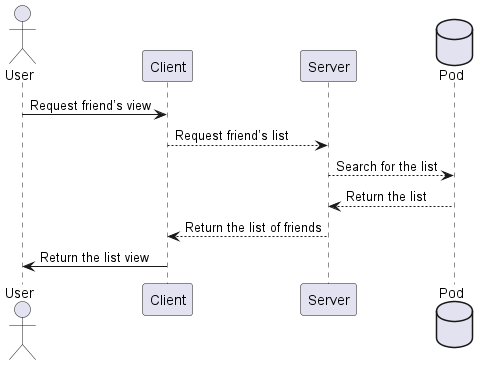
Earlier version of the PlantUML export images/Sequence diagram - Nearby friends.png (Arquisoft/lomap_es3a). The source it was exported from:
```plantuml
@startuml

actor User
participant Client
participant Server
database Pod as "Pod"
User -> Client: Request friend’s view
Client --> Server: Request friend’s list
Server --> Pod: Search for the list
Server <-- Pod: Return the list
Client <-- Server: Return the list of friends
User <- Client: Return the list view

@enduml
```
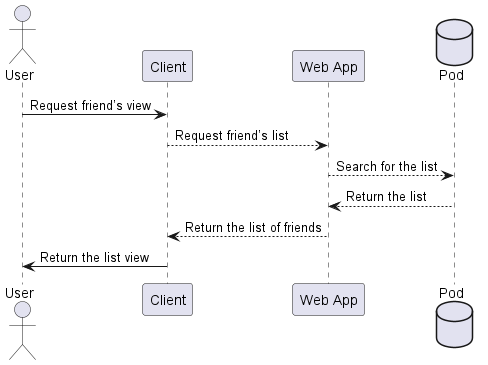
The same diagram one commit later.

What changed in the source:
```diff
@@ -2,13 +2,13 @@
 
 actor User
 participant Client
-participant Server
+participant "Web App" as W
 database Pod as "Pod"
 User -> Client: Request friend’s view
-Client --> Server: Request friend’s list
-Server --> Pod: Search for the list
-Server <-- Pod: Return the list
-Client <-- Server: Return the list of friends
+Client --> W: Request friend’s list
+W --> Pod: Search for the list
+W <-- Pod: Return the list
+Client <-- W: Return the list of friends
 User <- Client: Return the list view
 
 @enduml
```
